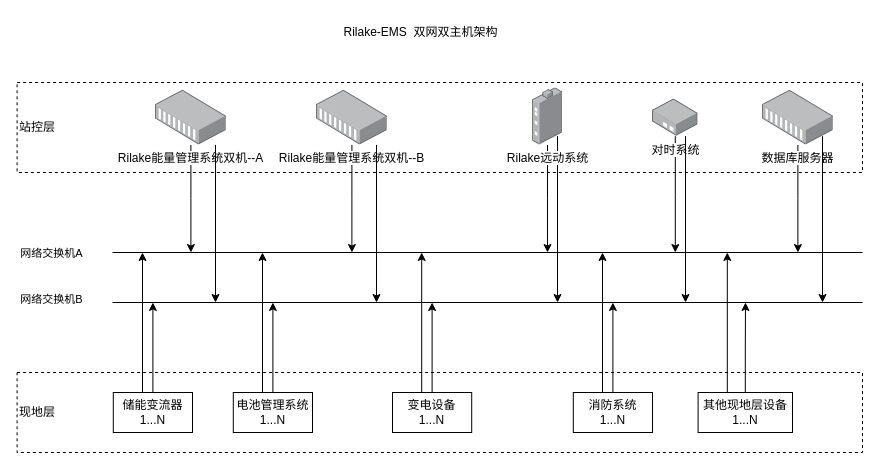
This is page "第 2 页" (2 of 2) of ems.drawio from 4yu/funeng, a draw.io file, before an edit. Source tidied: cells renumbered, new cells numbered last; positions are measured from the earlier drawing's top-left corner, leaving out a move shared by most shapes. Both pictures are drawn from the tidied source at 100%, with x=0, y=0 at pixel (17, 17).
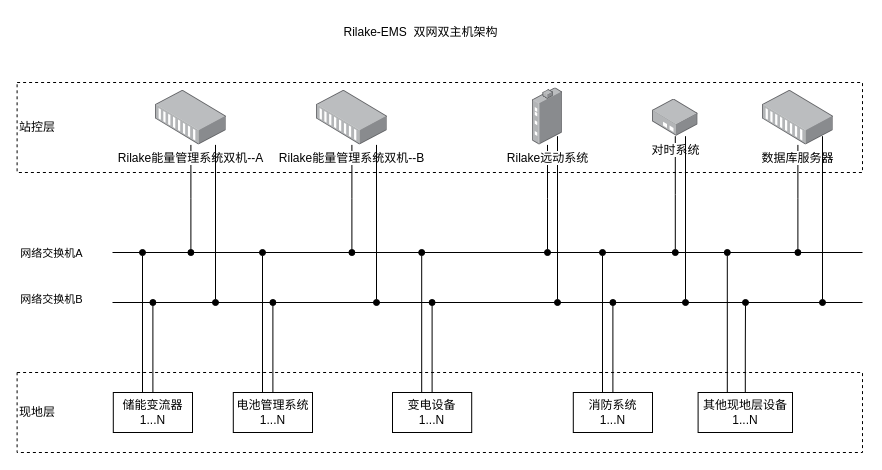
Above is the later version.

Unchanged cells that the change refers to:
```xml
<mxCell id="5" value="对时系统" style="image;points=[];html=1;align=center;shadow=0;dashed=0;image=img/lib/allied_telesis/media_converters/Media_Converter_Standalone.svg;" parent="1" vertex="1">
  <mxGeometry x="635" y="81.5" width="45.6" height="37.2" as="geometry" />
</mxCell>
<mxCell id="7" value="Rilake能量管理系统双机--A" style="image;points=[];html=1;align=center;shadow=0;dashed=0;image=img/lib/allied_telesis/media_converters/Media_Converter_Modular.svg;" parent="1" vertex="1">
  <mxGeometry x="138" y="72.8" width="70.8" height="54.6" as="geometry" />
</mxCell>
<mxCell id="10" value="数据库服务器" style="image;points=[];html=1;align=center;shadow=0;dashed=0;image=img/lib/allied_telesis/media_converters/Media_Converter_Modular.svg;" parent="1" vertex="1">
  <mxGeometry x="745" y="72.8" width="70.8" height="54.6" as="geometry" />
</mxCell>
<mxCell id="12" value="Rilake能量管理系统双机--B" style="image;points=[];html=1;align=center;shadow=0;dashed=0;image=img/lib/allied_telesis/media_converters/Media_Converter_Modular.svg;" parent="1" vertex="1">
  <mxGeometry x="299" y="72.8" width="70.8" height="54.6" as="geometry" />
</mxCell>
<mxCell id="20" value="Rilake远动系统" style="image;points=[];html=1;align=center;shadow=0;dashed=0;image=img/lib/allied_telesis/media_converters/Industrial_Media_Converter.svg;" parent="1" vertex="1">
  <mxGeometry x="515" y="70.4" width="30" height="57" as="geometry" />
</mxCell>
<mxCell id="24" value="储能变流器1...N" style="rounded=0;whiteSpace=wrap;html=1;" parent="1" vertex="1">
  <mxGeometry x="95.8" y="375" width="79.2" height="40" as="geometry" />
</mxCell>
<mxCell id="27" value="电池管理系统1...N" style="rounded=0;whiteSpace=wrap;html=1;" parent="1" vertex="1">
  <mxGeometry x="215.8" y="375" width="79.2" height="40" as="geometry" />
</mxCell>
<mxCell id="30" value="变电设备&lt;br&gt;1...N" style="rounded=0;whiteSpace=wrap;html=1;" parent="1" vertex="1">
  <mxGeometry x="375" y="375" width="79.2" height="40" as="geometry" />
</mxCell>
<mxCell id="33" value="消防系统&lt;br&gt;1...N" style="rounded=0;whiteSpace=wrap;html=1;" parent="1" vertex="1">
  <mxGeometry x="555.8" y="375" width="79.2" height="40" as="geometry" />
</mxCell>
<mxCell id="36" value="其他现地层设备&lt;br&gt;1...N" style="rounded=0;whiteSpace=wrap;html=1;" parent="1" vertex="1">
  <mxGeometry x="680.6" y="375" width="94.4" height="40" as="geometry" />
</mxCell>
```

What changed in the source:
```diff
@@
-    <mxCell id="4" style="edgeStyle=orthogonalEdgeStyle;rounded=0;jettySize=auto;html=1;" parent="1" edge="1" source="5">
+    <mxCell id="4" style="edgeStyle=orthogonalEdgeStyle;rounded=0;jettySize=auto;html=1;endArrow=oval;endFill=1;" parent="1" edge="1" source="5">
       <mxGeometry relative="1" as="geometry">
         <mxPoint x="657.8" y="235" as="targetPoint" />
       </mxGeometry>
     </mxCell>
@@
-    <mxCell id="6" style="edgeStyle=orthogonalEdgeStyle;rounded=0;jettySize=auto;html=1;" parent="1" edge="1" source="7">
+    <mxCell id="6" style="edgeStyle=orthogonalEdgeStyle;rounded=0;jettySize=auto;html=1;endArrow=oval;endFill=1;" parent="1" edge="1" source="7">
       <mxGeometry relative="1" as="geometry">
         <mxPoint x="173.4" y="235" as="targetPoint" />
       </mxGeometry>
     </mxCell>
@@
-    <mxCell id="8" style="edgeStyle=orthogonalEdgeStyle;rounded=0;jettySize=auto;html=1;" parent="1" edge="1" source="20">
+    <mxCell id="8" style="edgeStyle=orthogonalEdgeStyle;rounded=0;jettySize=auto;html=1;endArrow=oval;endFill=1;" parent="1" edge="1" source="20">
       <mxGeometry relative="1" as="geometry">
         <mxPoint x="530" y="235" as="targetPoint" />
       </mxGeometry>
     </mxCell>
-    <mxCell id="9" style="edgeStyle=orthogonalEdgeStyle;rounded=0;jettySize=auto;html=1;" parent="1" edge="1" source="10">
+    <mxCell id="9" style="edgeStyle=orthogonalEdgeStyle;rounded=0;jettySize=auto;html=1;endArrow=oval;endFill=1;" parent="1" edge="1" source="10">
       <mxGeometry relative="1" as="geometry">
         <mxPoint x="780.4" y="235" as="targetPoint" />
       </mxGeometry>
     </mxCell>
@@
-    <mxCell id="11" style="edgeStyle=orthogonalEdgeStyle;rounded=0;jettySize=auto;html=1;" parent="1" edge="1" source="12">
+    <mxCell id="11" style="edgeStyle=orthogonalEdgeStyle;rounded=0;jettySize=auto;html=1;endArrow=oval;endFill=1;" parent="1" edge="1" source="12">
       <mxGeometry relative="1" as="geometry">
         <mxPoint x="334.4" y="235" as="targetPoint" />
       </mxGeometry>
     </mxCell>
@@
-    <mxCell id="17" style="edgeStyle=orthogonalEdgeStyle;rounded=0;orthogonalLoop=1;jettySize=auto;html=1;" parent="1" edge="1">
+    <mxCell id="17" style="edgeStyle=orthogonalEdgeStyle;rounded=0;orthogonalLoop=1;jettySize=auto;html=1;endArrow=oval;endFill=1;" parent="1" edge="1">
       <mxGeometry relative="1" as="geometry">
         <mxPoint x="198" y="127.4" as="sourcePoint" />
         <mxPoint x="198" y="285" as="targetPoint" />
       </mxGeometry>
     </mxCell>
-    <mxCell id="18" style="edgeStyle=orthogonalEdgeStyle;rounded=0;orthogonalLoop=1;jettySize=auto;html=1;" parent="1" edge="1">
+    <mxCell id="18" style="edgeStyle=orthogonalEdgeStyle;rounded=0;orthogonalLoop=1;jettySize=auto;html=1;endArrow=oval;endFill=1;" parent="1" edge="1">
       <mxGeometry relative="1" as="geometry">
         <mxPoint x="359" y="127.4" as="sourcePoint" />
         <mxPoint x="359" y="285" as="targetPoint" />
       </mxGeometry>
     </mxCell>
-    <mxCell id="19" style="edgeStyle=orthogonalEdgeStyle;rounded=0;orthogonalLoop=1;jettySize=auto;html=1;" parent="1" edge="1">
+    <mxCell id="19" style="edgeStyle=orthogonalEdgeStyle;rounded=0;orthogonalLoop=1;jettySize=auto;html=1;endArrow=oval;endFill=1;" parent="1" edge="1">
       <mxGeometry relative="1" as="geometry">
         <mxPoint x="540" y="118.7" as="sourcePoint" />
         <mxPoint x="540" y="285" as="targetPoint" />
       </mxGeometry>
     </mxCell>
@@
-    <mxCell id="21" style="edgeStyle=orthogonalEdgeStyle;rounded=0;orthogonalLoop=1;jettySize=auto;html=1;" parent="1" edge="1">
+    <mxCell id="21" style="edgeStyle=orthogonalEdgeStyle;rounded=0;orthogonalLoop=1;jettySize=auto;html=1;endArrow=oval;endFill=1;" parent="1" edge="1">
       <mxGeometry relative="1" as="geometry">
         <mxPoint x="668" y="118.7" as="sourcePoint" />
         <mxPoint x="668" y="285" as="targetPoint" />
       </mxGeometry>
     </mxCell>
-    <mxCell id="22" style="edgeStyle=orthogonalEdgeStyle;rounded=0;orthogonalLoop=1;jettySize=auto;html=1;" parent="1" edge="1">
+    <mxCell id="22" style="edgeStyle=orthogonalEdgeStyle;rounded=0;orthogonalLoop=1;jettySize=auto;html=1;endArrow=oval;endFill=1;" parent="1" edge="1">
       <mxGeometry relative="1" as="geometry">
         <mxPoint x="805" y="118.7" as="sourcePoint" />
         <mxPoint x="805" y="285" as="targetPoint" />
       </mxGeometry>
     </mxCell>
-    <mxCell id="23" style="edgeStyle=orthogonalEdgeStyle;rounded=0;jettySize=auto;html=1;" parent="1" edge="1" source="24">
+    <mxCell id="23" style="edgeStyle=orthogonalEdgeStyle;rounded=0;jettySize=auto;html=1;endArrow=oval;endFill=1;" parent="1" edge="1" source="24">
       <mxGeometry relative="1" as="geometry">
         <mxPoint x="135.4" y="285" as="targetPoint" />
       </mxGeometry>
     </mxCell>
@@
-    <mxCell id="25" style="edgeStyle=orthogonalEdgeStyle;rounded=0;orthogonalLoop=1;jettySize=auto;html=1;" parent="1" edge="1">
+    <mxCell id="25" style="edgeStyle=orthogonalEdgeStyle;rounded=0;orthogonalLoop=1;jettySize=auto;html=1;endArrow=oval;endFill=1;" parent="1" edge="1">
       <mxGeometry relative="1" as="geometry">
         <mxPoint x="125" y="375" as="sourcePoint" />
         <mxPoint x="125" y="235" as="targetPoint" />
       </mxGeometry>
     </mxCell>
-    <mxCell id="26" style="edgeStyle=orthogonalEdgeStyle;rounded=0;jettySize=auto;html=1;" parent="1" edge="1" source="27">
+    <mxCell id="26" style="edgeStyle=orthogonalEdgeStyle;rounded=0;jettySize=auto;html=1;endArrow=oval;endFill=1;" parent="1" edge="1" source="27">
       <mxGeometry relative="1" as="geometry">
         <mxPoint x="255.4" y="285" as="targetPoint" />
       </mxGeometry>
     </mxCell>
@@
-    <mxCell id="28" style="edgeStyle=orthogonalEdgeStyle;rounded=0;orthogonalLoop=1;jettySize=auto;html=1;" parent="1" edge="1">
+    <mxCell id="28" style="edgeStyle=orthogonalEdgeStyle;rounded=0;orthogonalLoop=1;jettySize=auto;html=1;endArrow=oval;endFill=1;" parent="1" edge="1">
       <mxGeometry relative="1" as="geometry">
         <mxPoint x="245" y="375" as="sourcePoint" />
         <mxPoint x="245" y="235" as="targetPoint" />
       </mxGeometry>
     </mxCell>
-    <mxCell id="29" style="edgeStyle=orthogonalEdgeStyle;rounded=0;jettySize=auto;html=1;" parent="1" edge="1" source="30">
+    <mxCell id="29" style="edgeStyle=orthogonalEdgeStyle;rounded=0;jettySize=auto;html=1;endArrow=oval;endFill=1;" parent="1" edge="1" source="30">
       <mxGeometry relative="1" as="geometry">
         <mxPoint x="414.6" y="285" as="targetPoint" />
       </mxGeometry>
     </mxCell>
@@
-    <mxCell id="31" style="edgeStyle=orthogonalEdgeStyle;rounded=0;orthogonalLoop=1;jettySize=auto;html=1;" parent="1" edge="1">
+    <mxCell id="31" style="edgeStyle=orthogonalEdgeStyle;rounded=0;orthogonalLoop=1;jettySize=auto;html=1;endArrow=oval;endFill=1;" parent="1" edge="1">
       <mxGeometry relative="1" as="geometry">
         <mxPoint x="404.2" y="375" as="sourcePoint" />
         <mxPoint x="404.2" y="235" as="targetPoint" />
       </mxGeometry>
     </mxCell>
-    <mxCell id="32" style="edgeStyle=orthogonalEdgeStyle;rounded=0;jettySize=auto;html=1;" parent="1" edge="1" source="33">
+    <mxCell id="32" style="edgeStyle=orthogonalEdgeStyle;rounded=0;jettySize=auto;html=1;endArrow=oval;endFill=1;" parent="1" edge="1" source="33">
       <mxGeometry relative="1" as="geometry">
         <mxPoint x="595.4" y="285" as="targetPoint" />
       </mxGeometry>
     </mxCell>
@@
-    <mxCell id="34" style="edgeStyle=orthogonalEdgeStyle;rounded=0;orthogonalLoop=1;jettySize=auto;html=1;" parent="1" edge="1">
+    <mxCell id="34" style="edgeStyle=orthogonalEdgeStyle;rounded=0;orthogonalLoop=1;jettySize=auto;html=1;endArrow=oval;endFill=1;" parent="1" edge="1">
       <mxGeometry relative="1" as="geometry">
         <mxPoint x="585" y="375" as="sourcePoint" />
         <mxPoint x="585" y="235" as="targetPoint" />
       </mxGeometry>
     </mxCell>
-    <mxCell id="35" style="edgeStyle=orthogonalEdgeStyle;rounded=0;jettySize=auto;html=1;" parent="1" edge="1" source="36">
+    <mxCell id="35" style="edgeStyle=orthogonalEdgeStyle;rounded=0;jettySize=auto;html=1;endArrow=oval;endFill=1;" parent="1" edge="1" source="36">
       <mxGeometry relative="1" as="geometry">
         <mxPoint x="728" y="285" as="targetPoint" />
       </mxGeometry>
     </mxCell>
@@
-    <mxCell id="37" style="edgeStyle=orthogonalEdgeStyle;rounded=0;orthogonalLoop=1;jettySize=auto;html=1;" parent="1" edge="1">
+    <mxCell id="37" style="edgeStyle=orthogonalEdgeStyle;rounded=0;orthogonalLoop=1;jettySize=auto;html=1;endArrow=oval;endFill=1;" parent="1" edge="1">
       <mxGeometry relative="1" as="geometry">
         <mxPoint x="709.8" y="375" as="sourcePoint" />
         <mxPoint x="709.8" y="235" as="targetPoint" />
       </mxGeometry>
     </mxCell>
```
